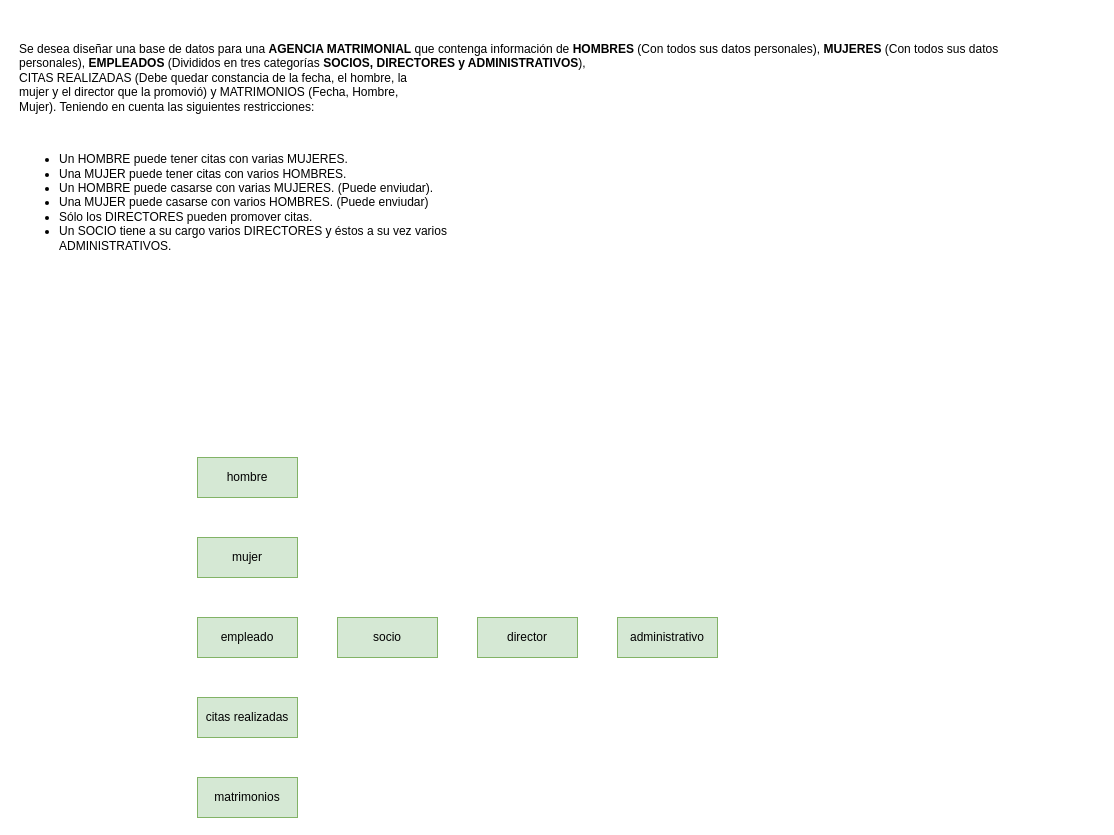
This is page "Paso 1" (1 of 2) of Tareas/Tema 2/Repaso3/EjercicioRepaso3.drawio from JCarlosAR032/base-de-datos, a draw.io file, before an edit. Source tidied: cells renumbered, new cells numbered last; positions are measured from the earlier drawing's top-left corner, leaving out a move shared by most shapes. Both pictures are drawn from the tidied source at 100%, with x=0, y=0 at pixel (17, 17).
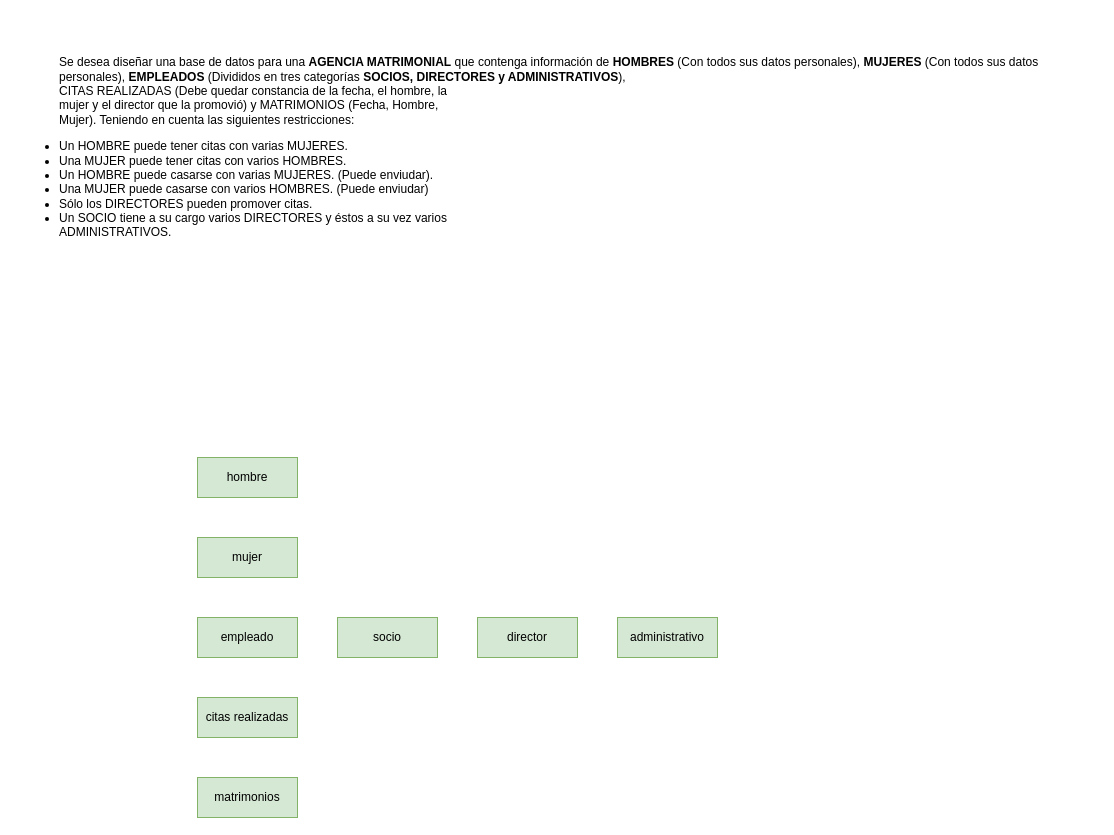
After the change.

The edit, as a diff of the source:
```diff
@@
 <mxGraphModel>
   <root>
     <mxCell id="0" />
     <mxCell id="1" parent="0" />
-    <mxCell id="2" value="&lt;p dir=&quot;auto&quot;&gt;Se desea diseñar una base de datos para una &lt;strong&gt;AGENCIA MATRIMONIAL&lt;/strong&gt; que contenga información de &lt;strong&gt;HOMBRES&lt;/strong&gt; (Con todos sus datos personales), &lt;strong&gt;MUJERES&lt;/strong&gt; (Con todos sus datos&lt;br&gt;personales), &lt;strong&gt;EMPLEADOS&lt;/strong&gt; (Divididos en tres categorías &lt;strong&gt;SOCIOS, DIRECTORES y ADMINISTRATIVOS&lt;/strong&gt;),&lt;br&gt; CITAS REALIZADAS (Debe quedar constancia de la fecha, el hombre, la &lt;br&gt;mujer y el director que la promovió) y MATRIMONIOS (Fecha, Hombre, &lt;br&gt;Mujer). Teniendo en cuenta las siguientes restricciones:&lt;/p&gt;&lt;br&gt;&lt;ul dir=&quot;auto&quot;&gt;&lt;li&gt;Un HOMBRE puede tener citas con varias MUJERES.&lt;/li&gt;&lt;li&gt;Una MUJER puede tener citas con varios HOMBRES.&lt;/li&gt;&lt;li&gt;Un HOMBRE puede casarse con varias MUJERES. (Puede enviudar).&lt;/li&gt;&lt;li&gt;Una MUJER puede casarse con varios HOMBRES. (Puede enviudar)&lt;/li&gt;&lt;li&gt;Sólo los DIRECTORES pueden promover citas.&lt;/li&gt;&lt;li&gt;Un SOCIO tiene a su cargo varios DIRECTORES y éstos a su vez varios&lt;br&gt;ADMINISTRATIVOS.&lt;/li&gt;&lt;/ul&gt;" style="text;html=1;align=left;verticalAlign=middle;strokeColor=none;fillColor=none;" parent="1" vertex="1">
-      <mxGeometry width="1000" height="260" as="geometry" />
+    <mxCell id="2" value="&lt;blockquote&gt;&lt;p dir=&quot;auto&quot;&gt;Se desea diseñar una base de datos para una &lt;strong&gt;AGENCIA MATRIMONIAL&lt;/strong&gt; que contenga información de &lt;strong&gt;HOMBRES&lt;/strong&gt; (Con todos sus datos personales), &lt;strong&gt;MUJERES&lt;/strong&gt; (Con todos sus datos&lt;br&gt;personales), &lt;strong&gt;EMPLEADOS&lt;/strong&gt; (Divididos en tres categorías &lt;strong&gt;SOCIOS, DIRECTORES y ADMINISTRATIVOS&lt;/strong&gt;),&lt;br&gt; CITAS REALIZADAS (Debe quedar constancia de la fecha, el hombre, la &lt;br&gt;mujer y el director que la promovió) y MATRIMONIOS (Fecha, Hombre, &lt;br&gt;Mujer). Teniendo en cuenta las siguientes restricciones:&lt;/p&gt;&lt;/blockquote&gt;&lt;ul dir=&quot;auto&quot;&gt;&lt;li&gt;Un HOMBRE puede tener citas con varias MUJERES.&lt;/li&gt;&lt;li&gt;Una MUJER puede tener citas con varios HOMBRES.&lt;/li&gt;&lt;li&gt;Un HOMBRE puede casarse con varias MUJERES. (Puede enviudar).&lt;/li&gt;&lt;li&gt;Una MUJER puede casarse con varios HOMBRES. (Puede enviudar)&lt;/li&gt;&lt;li&gt;Sólo los DIRECTORES pueden promover citas.&lt;/li&gt;&lt;li&gt;Un SOCIO tiene a su cargo varios DIRECTORES y éstos a su vez varios&lt;br&gt;ADMINISTRATIVOS.&lt;/li&gt;&lt;/ul&gt;" style="text;html=1;align=left;verticalAlign=middle;strokeColor=none;fillColor=none;" parent="1" vertex="1">
+      <mxGeometry y="15" width="1080" height="230" as="geometry" />
     </mxCell>
     <mxCell id="3" value="hombre" style="whiteSpace=wrap;html=1;align=center;fillColor=#d5e8d4;strokeColor=#82b366;" parent="1" vertex="1">
       <mxGeometry x="180" y="440" width="100" height="40" as="geometry" />
     </mxCell>
     <mxCell id="4" value="mujer" style="whiteSpace=wrap;html=1;align=center;fillColor=#d5e8d4;strokeColor=#82b366;" parent="1" vertex="1">
       <mxGeometry x="180" y="520" width="100" height="40" as="geometry" />
     </mxCell>
     <mxCell id="5" value="empleado" style="whiteSpace=wrap;html=1;align=center;fillColor=#d5e8d4;strokeColor=#82b366;" parent="1" vertex="1">
       <mxGeometry x="180" y="600" width="100" height="40" as="geometry" />
     </mxCell>
     <mxCell id="6" value="socio" style="whiteSpace=wrap;html=1;align=center;fillColor=#d5e8d4;strokeColor=#82b366;" parent="1" vertex="1">
       <mxGeometry x="320" y="600" width="100" height="40" as="geometry" />
     </mxCell>
     <mxCell id="7" value="director" style="whiteSpace=wrap;html=1;align=center;fillColor=#d5e8d4;strokeColor=#82b366;" parent="1" vertex="1">
       <mxGeometry x="460" y="600" width="100" height="40" as="geometry" />
     </mxCell>
     <mxCell id="8" value="administrativo" style="whiteSpace=wrap;html=1;align=center;fillColor=#d5e8d4;strokeColor=#82b366;" parent="1" vertex="1">
       <mxGeometry x="600" y="600" width="100" height="40" as="geometry" />
     </mxCell>
     <mxCell id="9" value="citas realizadas" style="whiteSpace=wrap;html=1;align=center;fillColor=#d5e8d4;strokeColor=#82b366;" parent="1" vertex="1">
       <mxGeometry x="180" y="680" width="100" height="40" as="geometry" />
     </mxCell>
     <mxCell id="10" value="matrimonios" style="whiteSpace=wrap;html=1;align=center;fillColor=#d5e8d4;strokeColor=#82b366;" parent="1" vertex="1">
       <mxGeometry x="180" y="760" width="100" height="40" as="geometry" />
     </mxCell>
   </root>
 </mxGraphModel>
```
